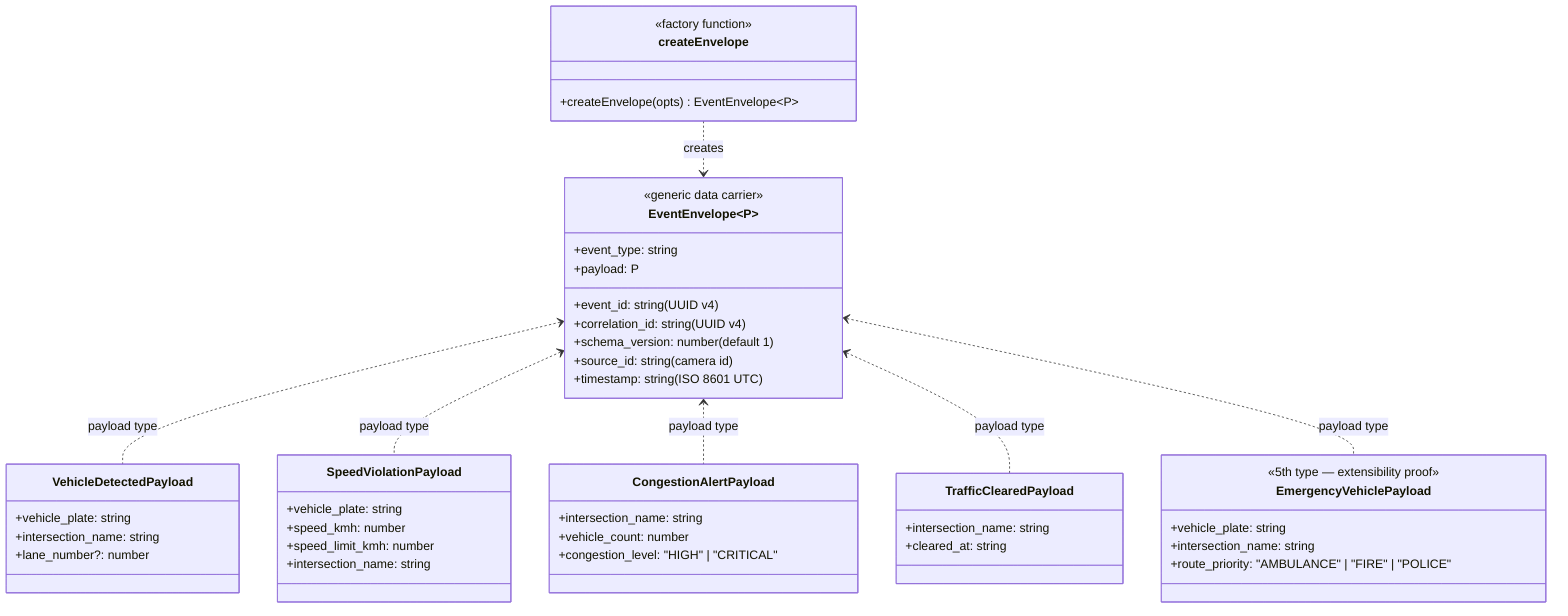
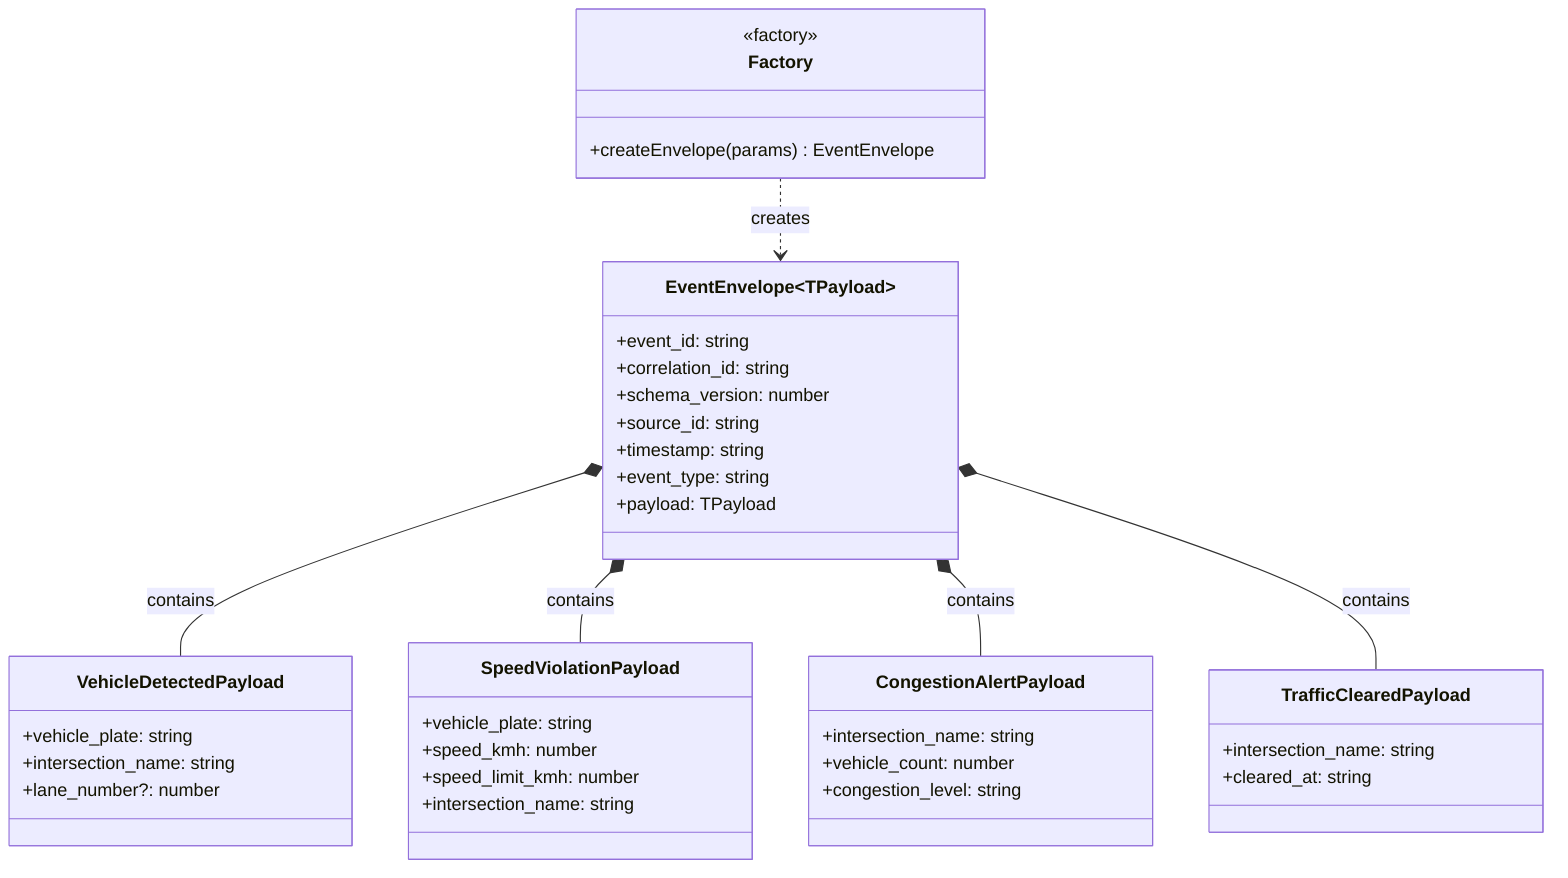
classDiagram
    direction TB

-     class EventEnvelope~P~ {
-         <<generic data carrier>>
-         +event_id: string (UUID v4)
-         +correlation_id: string (UUID v4)
-         +schema_version: number (default 1)
-         +source_id: string (camera id)
-         +timestamp: string (ISO 8601 UTC)
+     class EventEnvelope~TPayload~ {
+         +event_id: string
+         +correlation_id: string
+         +schema_version: number
+         +source_id: string
+         +timestamp: string
        +event_type: string
-         +payload: P
+         +payload: TPayload
    }

    class VehicleDetectedPayload {
        +vehicle_plate: string
        +intersection_name: string
        +lane_number?: number
    }

    class SpeedViolationPayload {
        +vehicle_plate: string
        +speed_kmh: number
        +speed_limit_kmh: number
        +intersection_name: string
    }

    class CongestionAlertPayload {
        +intersection_name: string
        +vehicle_count: number
-         +congestion_level: "HIGH" | "CRITICAL"
+         +congestion_level: string
    }

    class TrafficClearedPayload {
        +intersection_name: string
        +cleared_at: string
    }

-     class EmergencyVehiclePayload {
-         <<5th type — extensibility proof>>
-         +vehicle_plate: string
-         +intersection_name: string
-         +route_priority: "AMBULANCE" | "FIRE" | "POLICE"
+     class Factory {
+         <<factory>>
+         +createEnvelope(params) EventEnvelope
    }

-     class createEnvelope {
-         <<factory function>>
-         +createEnvelope(opts) EventEnvelope~P~
-     }
- 
-     EventEnvelope~P~ <.. VehicleDetectedPayload : payload type
-     EventEnvelope~P~ <.. SpeedViolationPayload : payload type
-     EventEnvelope~P~ <.. CongestionAlertPayload : payload type
-     EventEnvelope~P~ <.. TrafficClearedPayload : payload type
-     EventEnvelope~P~ <.. EmergencyVehiclePayload : payload type
-     createEnvelope ..> EventEnvelope~P~ : creates+     EventEnvelope *-- VehicleDetectedPayload : contains
+     EventEnvelope *-- SpeedViolationPayload : contains
+     EventEnvelope *-- CongestionAlertPayload : contains
+     EventEnvelope *-- TrafficClearedPayload : contains
+     Factory ..> EventEnvelope : creates